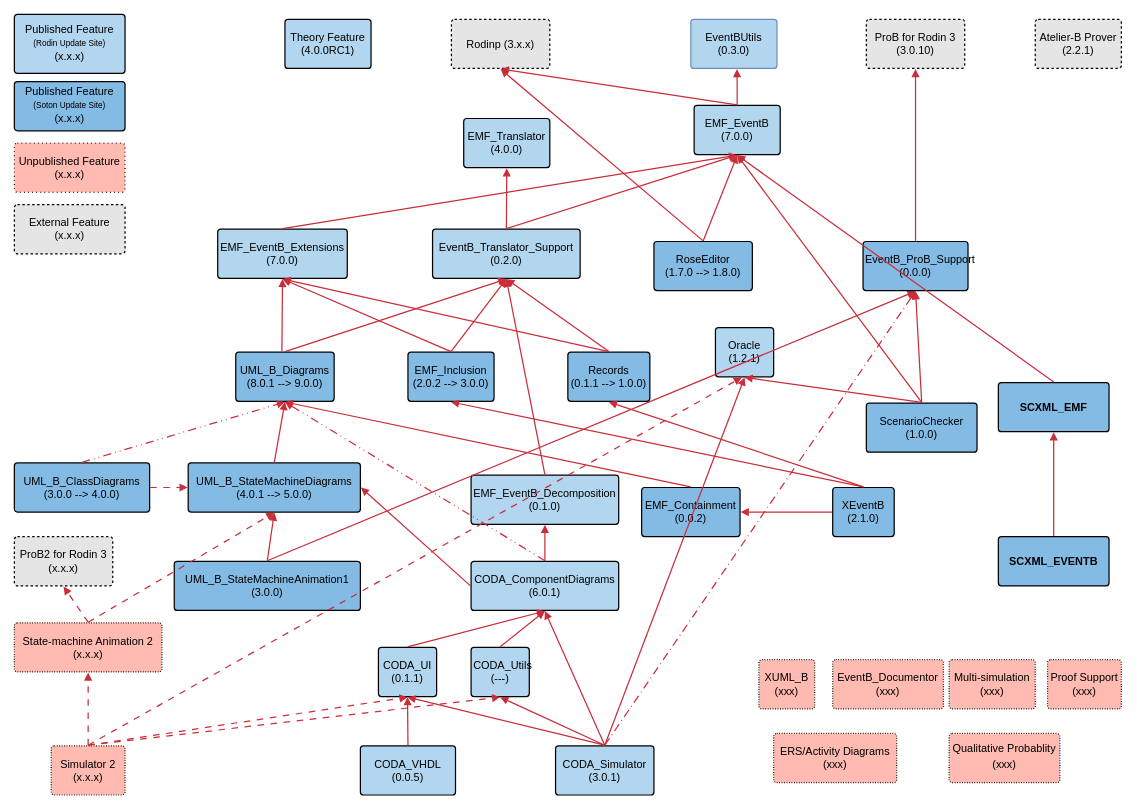
eventB-Soton/DevelopmentProcedures keeps this draw.io diagram as diagrams/Rodin Features.drawio. Above is the earlier version. Source tidied: cells renumbered, new cells numbered last; positions are measured from the earlier drawing's top-left corner, leaving out a move shared by most shapes. Both pictures are drawn from the tidied source at 82%, with x=0, y=0 at pixel (14, 14).
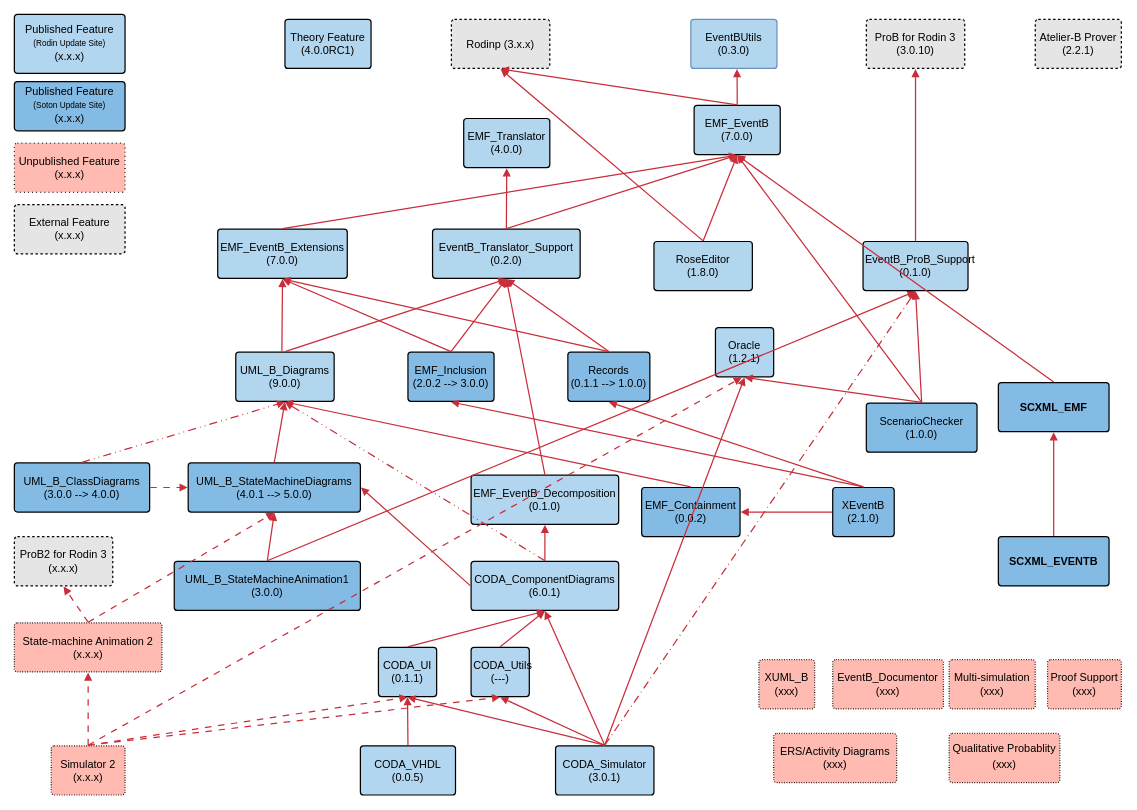
The same page after the edit.

Diff of the diagram source:
```diff
@@
-    <mxCell id="7" value="RoseEditor &#10;(1.7.0 --&amp;gt; 1.8.0)" style="html=1;overflow=block;blockSpacing=1;whiteSpace=wrap;fontSize=13.3;fontColor=default;spacing=3.8;strokeOpacity=100;fillOpacity=100;rounded=1;absoluteArcSize=1;arcSize=7.5;fillColor=#83bbe5;strokeWidth=1.5;" parent="1" vertex="1">
+    <mxCell id="7" value="RoseEditor &lt;br&gt;(1.8.0)" style="html=1;overflow=block;blockSpacing=1;whiteSpace=wrap;fontSize=13.3;fontColor=default;spacing=3.8;strokeOpacity=100;fillOpacity=100;rounded=1;absoluteArcSize=1;arcSize=7.5;fillColor=#b3d6ef;strokeWidth=1.5;" parent="1" vertex="1">
       <mxGeometry x="780" y="277" width="120" height="60" as="geometry" />
     </mxCell>
-    <mxCell id="8" value="UML_B_Diagrams (8.0.1 --&amp;gt; 9.0.0)" style="html=1;overflow=block;blockSpacing=1;whiteSpace=wrap;fontSize=13.3;fontColor=default;spacing=3.8;strokeOpacity=100;fillOpacity=100;rounded=1;absoluteArcSize=1;arcSize=7.5;fillColor=#83bbe5;strokeWidth=1.5;" parent="1" vertex="1">
+    <mxCell id="8" value="UML_B_Diagrams (9.0.0)" style="html=1;overflow=block;blockSpacing=1;whiteSpace=wrap;fontSize=13.3;fontColor=default;spacing=3.8;strokeOpacity=100;fillOpacity=100;rounded=1;absoluteArcSize=1;arcSize=7.5;fillColor=#b3d6ef;strokeWidth=1.5;" parent="1" vertex="1">
       <mxGeometry x="270" y="412" width="120" height="60" as="geometry" />
     </mxCell>
@@
-    <mxCell id="68" value="EventB_ProB_Support (0.0.0)" style="html=1;overflow=block;blockSpacing=1;whiteSpace=wrap;fontSize=13.3;fontColor=default;spacing=3.8;strokeOpacity=100;fillOpacity=100;rounded=1;absoluteArcSize=1;arcSize=7.5;fillColor=#83bbe5;strokeWidth=1.5;" parent="1" vertex="1">
+    <mxCell id="68" value="EventB_ProB_Support (0.1.0)" style="html=1;overflow=block;blockSpacing=1;whiteSpace=wrap;fontSize=13.3;fontColor=default;spacing=3.8;strokeOpacity=100;fillOpacity=100;rounded=1;absoluteArcSize=1;arcSize=7.5;fillColor=#b3d6ef;strokeWidth=1.5;" parent="1" vertex="1">
       <mxGeometry x="1035" y="277" width="128" height="60" as="geometry" />
     </mxCell>
```
